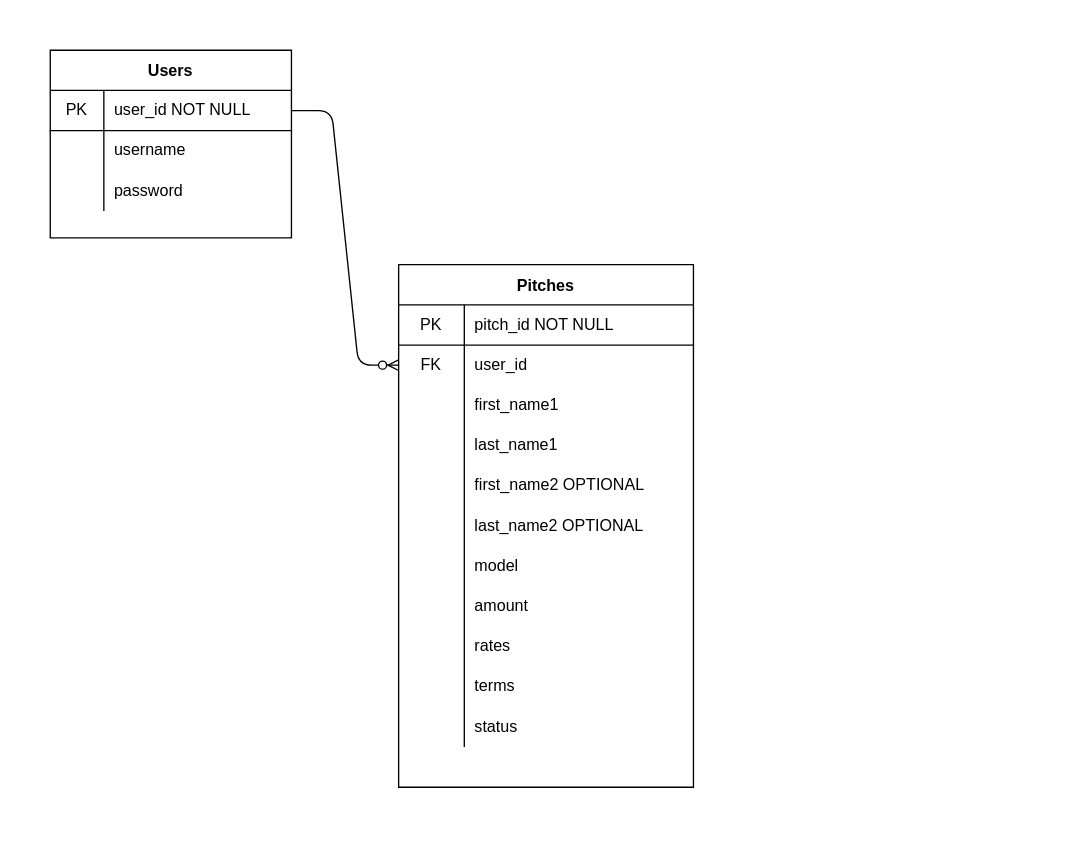
Earlier version of the draw.io diagram planning/database.drawio (Abaid77/Finance_Manager). Source tidied: cells renumbered, new cells numbered last; positions are measured from the earlier drawing's top-left corner, leaving out a move shared by most shapes. Both pictures are drawn from the tidied source at 134%, with x=0, y=0 at pixel (50, 50).
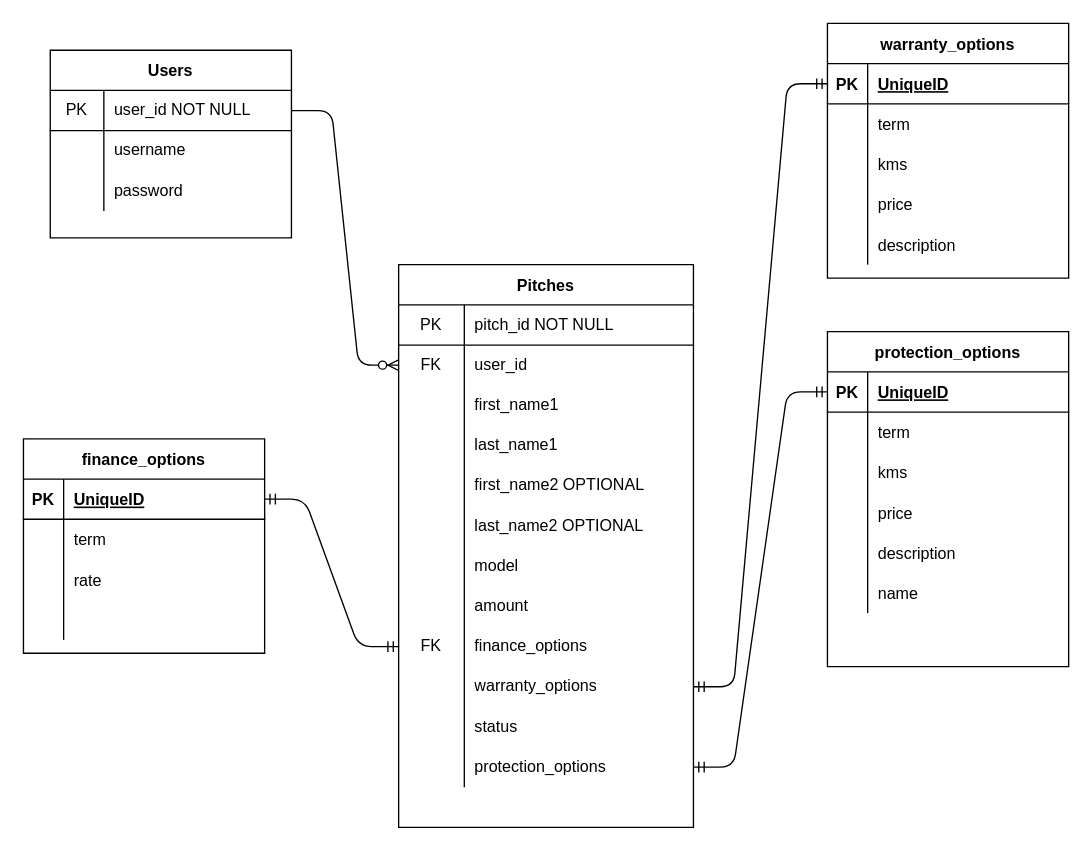
Above is the later version.

Commit message:
add products to ERD

The change refers to these unchanged cells:
```xml
<mxCell id="37" style="shape=partialRectangle;html=1;whiteSpace=wrap;fillColor=none;top=0;left=0;bottom=0;right=0;points=[[0,0.5],[1,0.5]];portConstraint=eastwest;" parent="12" vertex="1">
  <mxGeometry y="270" width="220" height="30" as="geometry" />
</mxCell>
<mxCell id="40" style="shape=partialRectangle;html=1;whiteSpace=wrap;fillColor=none;top=0;left=0;bottom=0;right=0;points=[[0,0.5],[1,0.5]];portConstraint=eastwest;" parent="12" vertex="1">
  <mxGeometry y="300" width="220" height="30" as="geometry" />
</mxCell>
```

Change to the diagram source:
```diff
@@
     <mxCell id="12" value="Pitches" style="shape=table;startSize=30;childLayout=tableLayout;rowLines=0;fontStyle=1;align=center;" parent="1" vertex="1">
-      <mxGeometry x="260" y="160" width="220" height="390" as="geometry" />
+      <mxGeometry x="260" y="160" width="220" height="420" as="geometry" />
     </mxCell>
@@
-    <mxCell id="38" style="shape=partialRectangle;html=1;whiteSpace=wrap;fillColor=none;top=0;left=0;bottom=0;right=0;overflow=hidden;" parent="37" vertex="1">
+    <mxCell id="38" value="FK" style="shape=partialRectangle;html=1;whiteSpace=wrap;fillColor=none;top=0;left=0;bottom=0;right=0;overflow=hidden;" parent="37" vertex="1">
       <mxGeometry width="49" height="30" as="geometry" />
     </mxCell>
-    <mxCell id="39" value="rates" style="shape=partialRectangle;html=1;whiteSpace=wrap;fillColor=none;top=0;left=0;bottom=0;right=0;align=left;spacingLeft=6;overflow=hidden;" parent="37" vertex="1">
+    <mxCell id="39" value="finance_options" style="shape=partialRectangle;html=1;whiteSpace=wrap;fillColor=none;top=0;left=0;bottom=0;right=0;align=left;spacingLeft=6;overflow=hidden;" parent="37" vertex="1">
       <mxGeometry x="49" width="171" height="30" as="geometry" />
     </mxCell>
@@
-    <mxCell id="42" value="terms" style="shape=partialRectangle;html=1;whiteSpace=wrap;fillColor=none;top=0;left=0;bottom=0;right=0;align=left;spacingLeft=6;overflow=hidden;" parent="40" vertex="1">
+    <mxCell id="42" value="warranty_options" style="shape=partialRectangle;html=1;whiteSpace=wrap;fillColor=none;top=0;left=0;bottom=0;right=0;align=left;spacingLeft=6;overflow=hidden;" parent="40" vertex="1">
       <mxGeometry x="49" width="171" height="30" as="geometry" />
     </mxCell>
@@
+    <mxCell id="47" style="shape=partialRectangle;html=1;whiteSpace=wrap;fillColor=none;top=0;left=0;bottom=0;right=0;points=[[0,0.5],[1,0.5]];portConstraint=eastwest;" parent="12" vertex="1">
+      <mxGeometry y="360" width="220" height="30" as="geometry" />
+    </mxCell>
+    <mxCell id="48" style="shape=partialRectangle;html=1;whiteSpace=wrap;fillColor=none;top=0;left=0;bottom=0;right=0;overflow=hidden;" parent="47" vertex="1">
+      <mxGeometry width="49" height="30" as="geometry" />
+    </mxCell>
+    <mxCell id="49" value="protection_options" style="shape=partialRectangle;html=1;whiteSpace=wrap;fillColor=none;top=0;left=0;bottom=0;right=0;align=left;spacingLeft=6;overflow=hidden;" parent="47" vertex="1">
+      <mxGeometry x="49" width="171" height="30" as="geometry" />
+    </mxCell>
@@
+    <mxCell id="50" value="finance_options" style="shape=table;startSize=30;childLayout=tableLayout;rowLines=0;fontStyle=1;align=center;" parent="1" vertex="1">
+      <mxGeometry x="-20" y="290" width="180" height="160" as="geometry" />
+    </mxCell>
+    <mxCell id="51" style="shape=partialRectangle;fillColor=none;top=0;left=0;bottom=1;right=0;points=[[0,0.5],[1,0.5]];portConstraint=eastwest;" parent="50" vertex="1">
+      <mxGeometry y="30" width="180" height="30" as="geometry" />
+    </mxCell>
+    <mxCell id="52" value="PK" style="shape=partialRectangle;fillColor=none;top=0;left=0;bottom=0;right=0;fontStyle=1;overflow=hidden;" parent="51" vertex="1">
+      <mxGeometry width="30" height="30" as="geometry" />
+    </mxCell>
+    <mxCell id="53" value="UniqueID" style="shape=partialRectangle;fillColor=none;top=0;left=0;bottom=0;right=0;align=left;spacingLeft=6;fontStyle=5;overflow=hidden;" parent="51" vertex="1">
+      <mxGeometry x="30" width="150" height="30" as="geometry" />
+    </mxCell>
+    <mxCell id="54" style="shape=partialRectangle;fillColor=none;top=0;left=0;bottom=0;right=0;" parent="50" vertex="1">
+      <mxGeometry y="60" width="180" height="30" as="geometry" />
+    </mxCell>
+    <mxCell id="55" style="shape=partialRectangle;fillColor=none;top=0;left=0;bottom=0;right=0;overflow=hidden;" parent="54" vertex="1">
+      <mxGeometry width="30" height="30" as="geometry" />
+    </mxCell>
+    <mxCell id="56" value="term" style="shape=partialRectangle;fillColor=none;top=0;left=0;bottom=0;right=0;align=left;spacingLeft=6;overflow=hidden;" parent="54" vertex="1">
+      <mxGeometry x="30" width="150" height="30" as="geometry" />
+    </mxCell>
+    <mxCell id="57" style="shape=partialRectangle;fillColor=none;top=0;left=0;bottom=0;right=0;" parent="50" vertex="1">
+      <mxGeometry y="90" width="180" height="30" as="geometry" />
+    </mxCell>
+    <mxCell id="58" style="shape=partialRectangle;fillColor=none;top=0;left=0;bottom=0;right=0;overflow=hidden;" parent="57" vertex="1">
+      <mxGeometry width="30" height="30" as="geometry" />
+    </mxCell>
+    <mxCell id="59" value="rate" style="shape=partialRectangle;fillColor=none;top=0;left=0;bottom=0;right=0;align=left;spacingLeft=6;overflow=hidden;" parent="57" vertex="1">
+      <mxGeometry x="30" width="150" height="30" as="geometry" />
+    </mxCell>
+    <mxCell id="60" style="shape=partialRectangle;fillColor=none;top=0;left=0;bottom=0;right=0;" parent="50" vertex="1">
+      <mxGeometry y="120" width="180" height="30" as="geometry" />
+    </mxCell>
+    <mxCell id="61" style="shape=partialRectangle;fillColor=none;top=0;left=0;bottom=0;right=0;overflow=hidden;" parent="60" vertex="1">
+      <mxGeometry width="30" height="30" as="geometry" />
+    </mxCell>
+    <mxCell id="62" style="shape=partialRectangle;fillColor=none;top=0;left=0;bottom=0;right=0;align=left;spacingLeft=6;overflow=hidden;" parent="60" vertex="1">
+      <mxGeometry x="30" width="150" height="30" as="geometry" />
+    </mxCell>
+    <mxCell id="63" style="edgeStyle=entityRelationEdgeStyle;fontSize=12;html=1;endArrow=ERmandOne;startArrow=ERmandOne;entryX=0;entryY=0.5;entryDx=0;entryDy=0;exitX=1;exitY=0.5;exitDx=0;exitDy=0;" parent="1" edge="1" source="51" target="37">
+      <mxGeometry relative="1" as="geometry" />
+    </mxCell>
+    <mxCell id="64" value="warranty_options" style="shape=table;startSize=30;childLayout=tableLayout;rowLines=0;fontStyle=1;align=center;" parent="1" vertex="1">
+      <mxGeometry x="580" y="-20" width="180" height="190" as="geometry" />
+    </mxCell>
+    <mxCell id="65" style="shape=partialRectangle;fillColor=none;top=0;left=0;bottom=1;right=0;points=[[0,0.5],[1,0.5]];portConstraint=eastwest;" parent="64" vertex="1">
+      <mxGeometry y="30" width="180" height="30" as="geometry" />
+    </mxCell>
+    <mxCell id="66" value="PK" style="shape=partialRectangle;fillColor=none;top=0;left=0;bottom=0;right=0;fontStyle=1;overflow=hidden;" parent="65" vertex="1">
+      <mxGeometry width="30" height="30" as="geometry" />
+    </mxCell>
+    <mxCell id="67" value="UniqueID" style="shape=partialRectangle;fillColor=none;top=0;left=0;bottom=0;right=0;align=left;spacingLeft=6;fontStyle=5;overflow=hidden;" parent="65" vertex="1">
+      <mxGeometry x="30" width="150" height="30" as="geometry" />
+    </mxCell>
+    <mxCell id="68" style="shape=partialRectangle;fillColor=none;top=0;left=0;bottom=0;right=0;" parent="64" vertex="1">
+      <mxGeometry y="60" width="180" height="30" as="geometry" />
+    </mxCell>
+    <mxCell id="69" style="shape=partialRectangle;fillColor=none;top=0;left=0;bottom=0;right=0;overflow=hidden;" parent="68" vertex="1">
+      <mxGeometry width="30" height="30" as="geometry" />
+    </mxCell>
+    <mxCell id="70" value="term" style="shape=partialRectangle;fillColor=none;top=0;left=0;bottom=0;right=0;align=left;spacingLeft=6;overflow=hidden;" parent="68" vertex="1">
+      <mxGeometry x="30" width="150" height="30" as="geometry" />
+    </mxCell>
+    <mxCell id="71" style="shape=partialRectangle;fillColor=none;top=0;left=0;bottom=0;right=0;" parent="64" vertex="1">
+      <mxGeometry y="90" width="180" height="30" as="geometry" />
+    </mxCell>
+    <mxCell id="72" style="shape=partialRectangle;fillColor=none;top=0;left=0;bottom=0;right=0;overflow=hidden;" parent="71" vertex="1">
+      <mxGeometry width="30" height="30" as="geometry" />
+    </mxCell>
+    <mxCell id="73" value="kms" style="shape=partialRectangle;fillColor=none;top=0;left=0;bottom=0;right=0;align=left;spacingLeft=6;overflow=hidden;" parent="71" vertex="1">
+      <mxGeometry x="30" width="150" height="30" as="geometry" />
+    </mxCell>
+    <mxCell id="74" style="shape=partialRectangle;fillColor=none;top=0;left=0;bottom=0;right=0;" parent="64" vertex="1">
+      <mxGeometry y="120" width="180" height="30" as="geometry" />
+    </mxCell>
+    <mxCell id="75" style="shape=partialRectangle;fillColor=none;top=0;left=0;bottom=0;right=0;overflow=hidden;" parent="74" vertex="1">
+      <mxGeometry width="30" height="30" as="geometry" />
+    </mxCell>
+    <mxCell id="76" value="price" style="shape=partialRectangle;fillColor=none;top=0;left=0;bottom=0;right=0;align=left;spacingLeft=6;overflow=hidden;" parent="74" vertex="1">
+      <mxGeometry x="30" width="150" height="30" as="geometry" />
+    </mxCell>
+    <mxCell id="77" style="shape=partialRectangle;fillColor=none;top=0;left=0;bottom=0;right=0;" parent="64" vertex="1">
+      <mxGeometry y="150" width="180" height="30" as="geometry" />
+    </mxCell>
+    <mxCell id="78" style="shape=partialRectangle;fillColor=none;top=0;left=0;bottom=0;right=0;overflow=hidden;" parent="77" vertex="1">
+      <mxGeometry width="30" height="30" as="geometry" />
+    </mxCell>
+    <mxCell id="79" value="description" style="shape=partialRectangle;fillColor=none;top=0;left=0;bottom=0;right=0;align=left;spacingLeft=6;overflow=hidden;" parent="77" vertex="1">
+      <mxGeometry x="30" width="150" height="30" as="geometry" />
+    </mxCell>
+    <mxCell id="80" style="edgeStyle=entityRelationEdgeStyle;fontSize=12;html=1;endArrow=ERmandOne;startArrow=ERmandOne;entryX=0;entryY=0.5;entryDx=0;entryDy=0;" parent="1" edge="1" source="40" target="65">
+      <mxGeometry relative="1" as="geometry" />
+    </mxCell>
+    <mxCell id="81" value="protection_options" style="shape=table;startSize=30;childLayout=tableLayout;rowLines=0;fontStyle=1;align=center;" parent="1" vertex="1">
+      <mxGeometry x="580" y="210" width="180" height="250" as="geometry" />
+    </mxCell>
+    <mxCell id="82" style="shape=partialRectangle;fillColor=none;top=0;left=0;bottom=1;right=0;points=[[0,0.5],[1,0.5]];portConstraint=eastwest;" parent="81" vertex="1">
+      <mxGeometry y="30" width="180" height="30" as="geometry" />
+    </mxCell>
+    <mxCell id="83" value="PK" style="shape=partialRectangle;fillColor=none;top=0;left=0;bottom=0;right=0;fontStyle=1;overflow=hidden;" parent="82" vertex="1">
+      <mxGeometry width="30" height="30" as="geometry" />
+    </mxCell>
+    <mxCell id="84" value="UniqueID" style="shape=partialRectangle;fillColor=none;top=0;left=0;bottom=0;right=0;align=left;spacingLeft=6;fontStyle=5;overflow=hidden;" parent="82" vertex="1">
+      <mxGeometry x="30" width="150" height="30" as="geometry" />
+    </mxCell>
+    <mxCell id="85" style="shape=partialRectangle;fillColor=none;top=0;left=0;bottom=0;right=0;" parent="81" vertex="1">
+      <mxGeometry y="60" width="180" height="30" as="geometry" />
+    </mxCell>
+    <mxCell id="86" style="shape=partialRectangle;fillColor=none;top=0;left=0;bottom=0;right=0;overflow=hidden;" parent="85" vertex="1">
+      <mxGeometry width="30" height="30" as="geometry" />
+    </mxCell>
+    <mxCell id="87" value="term" style="shape=partialRectangle;fillColor=none;top=0;left=0;bottom=0;right=0;align=left;spacingLeft=6;overflow=hidden;" parent="85" vertex="1">
+      <mxGeometry x="30" width="150" height="30" as="geometry" />
+    </mxCell>
+    <mxCell id="88" style="shape=partialRectangle;fillColor=none;top=0;left=0;bottom=0;right=0;" parent="81" vertex="1">
+      <mxGeometry y="90" width="180" height="30" as="geometry" />
+    </mxCell>
+    <mxCell id="89" style="shape=partialRectangle;fillColor=none;top=0;left=0;bottom=0;right=0;overflow=hidden;" parent="88" vertex="1">
+      <mxGeometry width="30" height="30" as="geometry" />
+    </mxCell>
+    <mxCell id="90" value="kms" style="shape=partialRectangle;fillColor=none;top=0;left=0;bottom=0;right=0;align=left;spacingLeft=6;overflow=hidden;" parent="88" vertex="1">
+      <mxGeometry x="30" width="150" height="30" as="geometry" />
+    </mxCell>
+    <mxCell id="91" style="shape=partialRectangle;fillColor=none;top=0;left=0;bottom=0;right=0;" parent="81" vertex="1">
+      <mxGeometry y="120" width="180" height="30" as="geometry" />
+    </mxCell>
+    <mxCell id="92" style="shape=partialRectangle;fillColor=none;top=0;left=0;bottom=0;right=0;overflow=hidden;" parent="91" vertex="1">
+      <mxGeometry width="30" height="30" as="geometry" />
+    </mxCell>
+    <mxCell id="93" value="price" style="shape=partialRectangle;fillColor=none;top=0;left=0;bottom=0;right=0;align=left;spacingLeft=6;overflow=hidden;" parent="91" vertex="1">
+      <mxGeometry x="30" width="150" height="30" as="geometry" />
+    </mxCell>
+    <mxCell id="94" style="shape=partialRectangle;fillColor=none;top=0;left=0;bottom=0;right=0;" parent="81" vertex="1">
+      <mxGeometry y="150" width="180" height="30" as="geometry" />
+    </mxCell>
+    <mxCell id="95" style="shape=partialRectangle;fillColor=none;top=0;left=0;bottom=0;right=0;overflow=hidden;" parent="94" vertex="1">
+      <mxGeometry width="30" height="30" as="geometry" />
+    </mxCell>
+    <mxCell id="96" value="description" style="shape=partialRectangle;fillColor=none;top=0;left=0;bottom=0;right=0;align=left;spacingLeft=6;overflow=hidden;" parent="94" vertex="1">
+      <mxGeometry x="30" width="150" height="30" as="geometry" />
+    </mxCell>
+    <mxCell id="97" style="shape=partialRectangle;fillColor=none;top=0;left=0;bottom=0;right=0;" parent="81" vertex="1">
+      <mxGeometry y="180" width="180" height="30" as="geometry" />
+    </mxCell>
+    <mxCell id="98" style="shape=partialRectangle;fillColor=none;top=0;left=0;bottom=0;right=0;overflow=hidden;" parent="97" vertex="1">
+      <mxGeometry width="30" height="30" as="geometry" />
+    </mxCell>
+    <mxCell id="99" value="name" style="shape=partialRectangle;fillColor=none;top=0;left=0;bottom=0;right=0;align=left;spacingLeft=6;overflow=hidden;" parent="97" vertex="1">
+      <mxGeometry x="30" width="150" height="30" as="geometry" />
+    </mxCell>
+    <mxCell id="100" style="edgeStyle=entityRelationEdgeStyle;fontSize=12;html=1;endArrow=ERmandOne;startArrow=ERmandOne;exitX=1;exitY=0.5;exitDx=0;exitDy=0;entryX=0;entryY=0.5;entryDx=0;entryDy=0;" parent="1" edge="1" source="47" target="82">
+      <mxGeometry relative="1" as="geometry" />
+    </mxCell>
```
